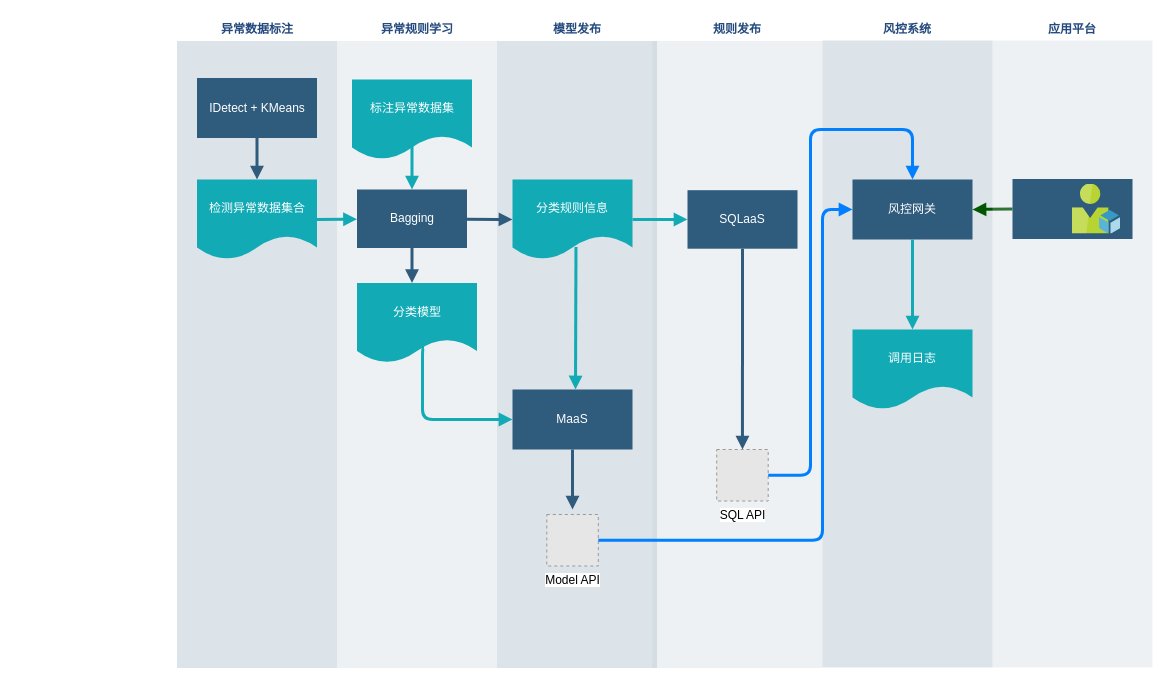
Before: 线上风控.drawio in DeeeFOX/webcrawler, a draw.io diagram. Source tidied: cells renumbered, new cells numbered last; positions are measured from the earlier drawing's top-left corner, leaving out a move shared by most shapes. Both pictures are drawn from the tidied source at 100%, with x=0, y=0 at pixel (176, 17). Pictures stored in the file or linked from it are replaced by grey dashed boxes.
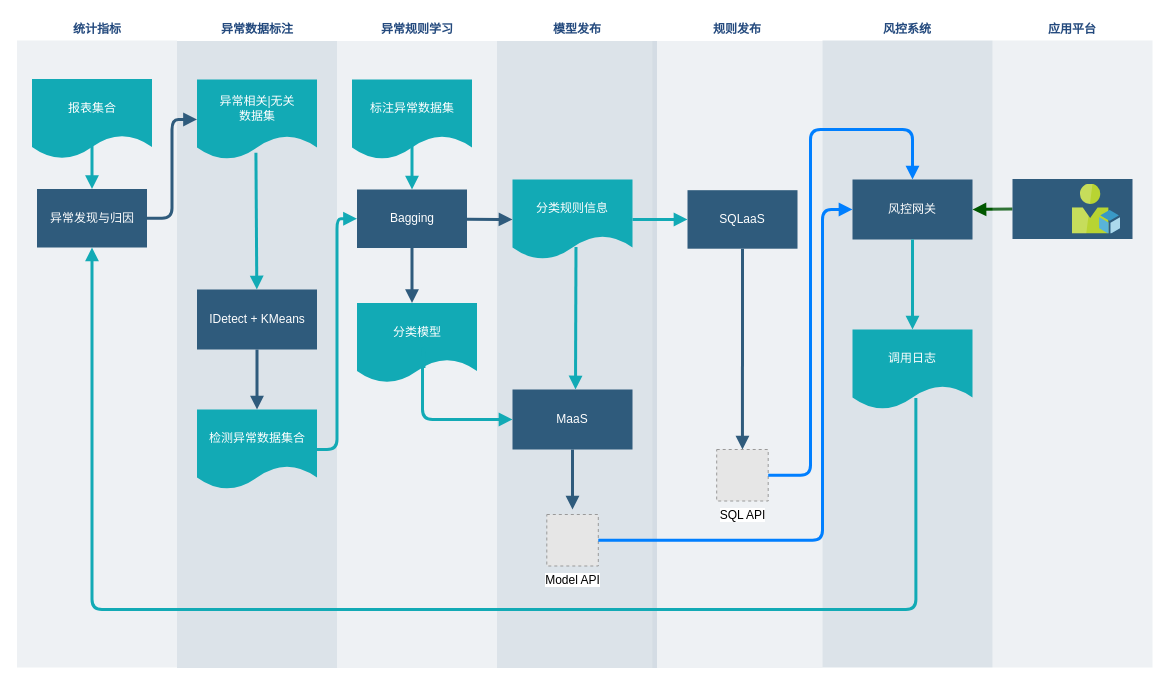
After the change.

Commit message (it also covers changes not shown here):
更新线上风控.drawio

The change refers to these unchanged cells:
```xml
<mxCell id="2" value="&lt;font color=&quot;#23497d&quot;&gt;异常数据标注&lt;/font&gt;" style="swimlane;whiteSpace=wrap;fillColor=none;swimlaneFillColor=#BAC8D3;fontColor=#2F5B7C;fontFamily=Tahoma;html=1;strokeColor=none;opacity=50;" parent="1" vertex="1">
  <mxGeometry x="0.5" y="0.5" width="160" height="650" as="geometry" />
</mxCell>
<mxCell id="8" value="调用日志" style="shape=document;whiteSpace=wrap;verticalAlign=middle;strokeColor=none;fillColor=#12aab5;shadow=0;fontColor=#FFFFFF;fontFamily=Helvetica;fontStyle=0;html=1;fontSize=12;spacing=6;spacingBottom=22;" parent="6" vertex="1">
  <mxGeometry x="30" y="312" width="120" height="80" as="geometry" />
</mxCell>
<mxCell id="10" value="&lt;font color=&quot;#23497d&quot;&gt;异常规则学习&lt;/font&gt;" style="swimlane;whiteSpace=wrap;fillColor=none;swimlaneFillColor=#BAC8D3;fontColor=#2F5B7C;fontFamily=Tahoma;html=1;strokeColor=none;opacity=25;" parent="1" vertex="1">
  <mxGeometry x="160.5" y="0.5" width="160" height="650" as="geometry" />
</mxCell>
<mxCell id="11" value="Bagging" style="whiteSpace=wrap;shadow=0;fontColor=#FFFFFF;fontFamily=Helvetica;fontStyle=0;html=1;fontSize=12;plain-purple;strokeColor=none;fillColor=#2f5b7c;gradientColor=none;spacing=6;verticalAlign=middle;" parent="10" vertex="1">
  <mxGeometry x="20" y="171.5" width="110" height="58.5" as="geometry" />
</mxCell>
```

The edit, as a diff of the source:
```diff
@@
     <mxCell id="3" value="IDetect + KMeans" style="whiteSpace=wrap;shadow=0;fontColor=#FFFFFF;fontFamily=Helvetica;fontStyle=0;html=1;fontSize=12;plain-purple;strokeColor=none;fillColor=#2f5b7c;gradientColor=none;spacing=6;verticalAlign=middle;" parent="2" vertex="1">
-      <mxGeometry x="20" y="60" width="120" height="60" as="geometry" />
+      <mxGeometry x="20" y="271.5" width="120" height="60" as="geometry" />
     </mxCell>
     <mxCell id="4" value="检测异常数据集合" style="shape=document;whiteSpace=wrap;verticalAlign=middle;strokeColor=none;fillColor=#12aab5;shadow=0;fontColor=#FFFFFF;fontFamily=Helvetica;fontStyle=0;html=1;fontSize=12;spacing=6;spacingBottom=22;" parent="2" vertex="1">
-      <mxGeometry x="20" y="161.5" width="120" height="80" as="geometry" />
+      <mxGeometry x="20" y="391.5" width="120" height="80" as="geometry" />
     </mxCell>
@@
+    <mxCell id="36" value="异常相关|无关&lt;div&gt;数据集&lt;/div&gt;" style="shape=document;whiteSpace=wrap;verticalAlign=middle;strokeColor=none;fillColor=#12aab5;shadow=0;fontColor=#FFFFFF;fontFamily=Helvetica;fontStyle=0;html=1;fontSize=12;spacing=6;spacingBottom=22;" parent="2" vertex="1">
+      <mxGeometry x="20" y="61.5" width="120" height="80" as="geometry" />
+    </mxCell>
+    <mxCell id="37" style="strokeColor=#12AAB5;strokeWidth=3;html=1;endArrow=block;endFill=1;exitX=0.491;exitY=0.917;exitDx=0;exitDy=0;exitPerimeter=0;" parent="2" edge="1" source="36" target="3">
+      <mxGeometry relative="1" as="geometry" />
+    </mxCell>
@@
     <mxCell id="12" value="分类模型" style="shape=document;whiteSpace=wrap;verticalAlign=middle;strokeColor=none;fillColor=#12aab5;shadow=0;fontColor=#FFFFFF;fontFamily=Helvetica;fontStyle=0;html=1;fontSize=12;spacing=6;spacingBottom=22;" parent="10" vertex="1">
-      <mxGeometry x="20" y="265" width="120" height="80" as="geometry" />
+      <mxGeometry x="20" y="285" width="120" height="80" as="geometry" />
     </mxCell>
@@
-    <mxCell id="29" style="strokeColor=#12AAB5;strokeWidth=3;html=1;endArrow=block;endFill=1;exitX=1;exitY=0.5;exitDx=0;exitDy=0;" parent="1" edge="1" source="4" target="11">
+    <mxCell id="29" style="strokeColor=#12AAB5;strokeWidth=3;html=1;endArrow=block;endFill=1;exitX=1;exitY=0.5;exitDx=0;exitDy=0;entryX=0;entryY=0.5;entryDx=0;entryDy=0;edgeStyle=orthogonalEdgeStyle;" parent="1" edge="1" source="4" target="11">
       <mxGeometry relative="1" as="geometry" />
     </mxCell>
@@
+    <mxCell id="38" value="&lt;font color=&quot;#23497d&quot;&gt;统计指标&lt;/font&gt;" style="swimlane;whiteSpace=wrap;fillColor=none;swimlaneFillColor=#BAC8D3;fontColor=#2F5B7C;fontFamily=Tahoma;html=1;strokeColor=none;opacity=25;" parent="1" vertex="1">
+      <mxGeometry x="-159.5" width="160" height="650" as="geometry" />
+    </mxCell>
+    <mxCell id="39" value="异常发现与归因" style="whiteSpace=wrap;shadow=0;fontColor=#FFFFFF;fontFamily=Helvetica;fontStyle=0;html=1;fontSize=12;plain-purple;strokeColor=none;fillColor=#2f5b7c;gradientColor=none;spacing=6;verticalAlign=middle;" parent="38" vertex="1">
+      <mxGeometry x="20" y="171.5" width="110" height="58.5" as="geometry" />
+    </mxCell>
+    <mxCell id="40" value="报表集合" style="shape=document;whiteSpace=wrap;verticalAlign=middle;strokeColor=none;fillColor=#12aab5;shadow=0;fontColor=#FFFFFF;fontFamily=Helvetica;fontStyle=0;html=1;fontSize=12;spacing=6;spacingBottom=22;" parent="38" vertex="1">
+      <mxGeometry x="15" y="61.5" width="120" height="80" as="geometry" />
+    </mxCell>
+    <mxCell id="41" style="strokeColor=#12AAB5;strokeWidth=3;html=1;endArrow=block;endFill=1;exitX=0.5;exitY=0.831;exitDx=0;exitDy=0;exitPerimeter=0;" parent="38" edge="1" source="40" target="39">
+      <mxGeometry relative="1" as="geometry" />
+    </mxCell>
+    <mxCell id="42" style="strokeColor=#2F5B7C;strokeWidth=3;html=1;endArrow=block;endFill=1;exitX=1;exitY=0.5;exitDx=0;exitDy=0;entryX=0;entryY=0.5;entryDx=0;entryDy=0;edgeStyle=orthogonalEdgeStyle;" parent="1" edge="1" source="39" target="36">
+      <mxGeometry x="300" y="195" as="geometry" />
+    </mxCell>
+    <mxCell id="43" style="strokeColor=#12AAB5;strokeWidth=3;html=1;endArrow=block;endFill=1;exitX=0.528;exitY=0.857;exitDx=0;exitDy=0;exitPerimeter=0;entryX=0.5;entryY=1;entryDx=0;entryDy=0;edgeStyle=orthogonalEdgeStyle;" parent="1" edge="1" source="8" target="39">
+      <mxGeometry x="-780" y="257" as="geometry">
+        <Array as="points">
+          <mxPoint x="739" y="592" />
+          <mxPoint x="-84" y="592" />
+        </Array>
+      </mxGeometry>
+    </mxCell>
```
